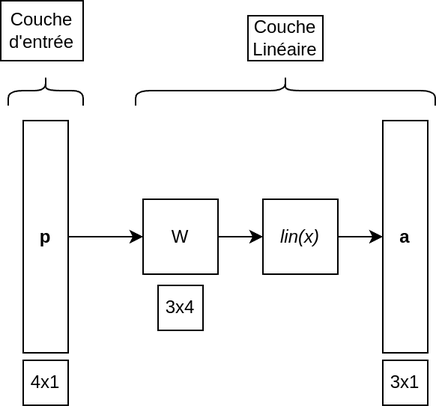
Earlier version of the draw.io export diagrams/AutoassociatorAdditionLin.drawio.png (56ghluf/tm). Source tidied: cells renumbered, new cells last; positions are measured from the earlier drawing's top-left corner, leaving out a move shared by most shapes.
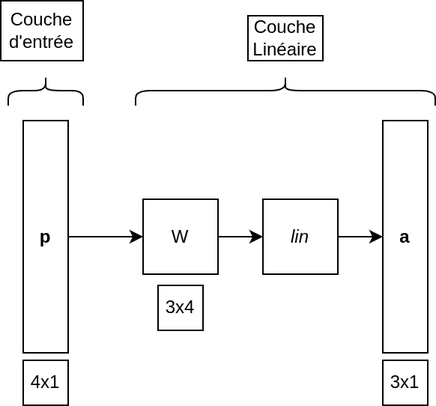
The same file after the commit.

Commit message:
Modfied linear autoassociator diagram

The edit, as a diff of the source:
```diff
@@ -19,7 +19,7 @@
         <mxPoint x="255" y="157.5" as="targetPoint" />
       </mxGeometry>
     </mxCell>
-    <mxCell id="7" value="&lt;i&gt;lin(x)&lt;/i&gt;" style="whiteSpace=wrap;html=1;direction=north;" parent="1" vertex="1">
+    <mxCell id="7" value="&lt;i&gt;lin&lt;/i&gt;" style="whiteSpace=wrap;html=1;direction=north;" parent="1" vertex="1">
       <mxGeometry x="175" y="132.5" width="50" height="50" as="geometry" />
     </mxCell>
     <mxCell id="8" value="&lt;b&gt;a&lt;/b&gt;" style="rounded=0;whiteSpace=wrap;html=1;direction=west;" parent="1" vertex="1">
```
